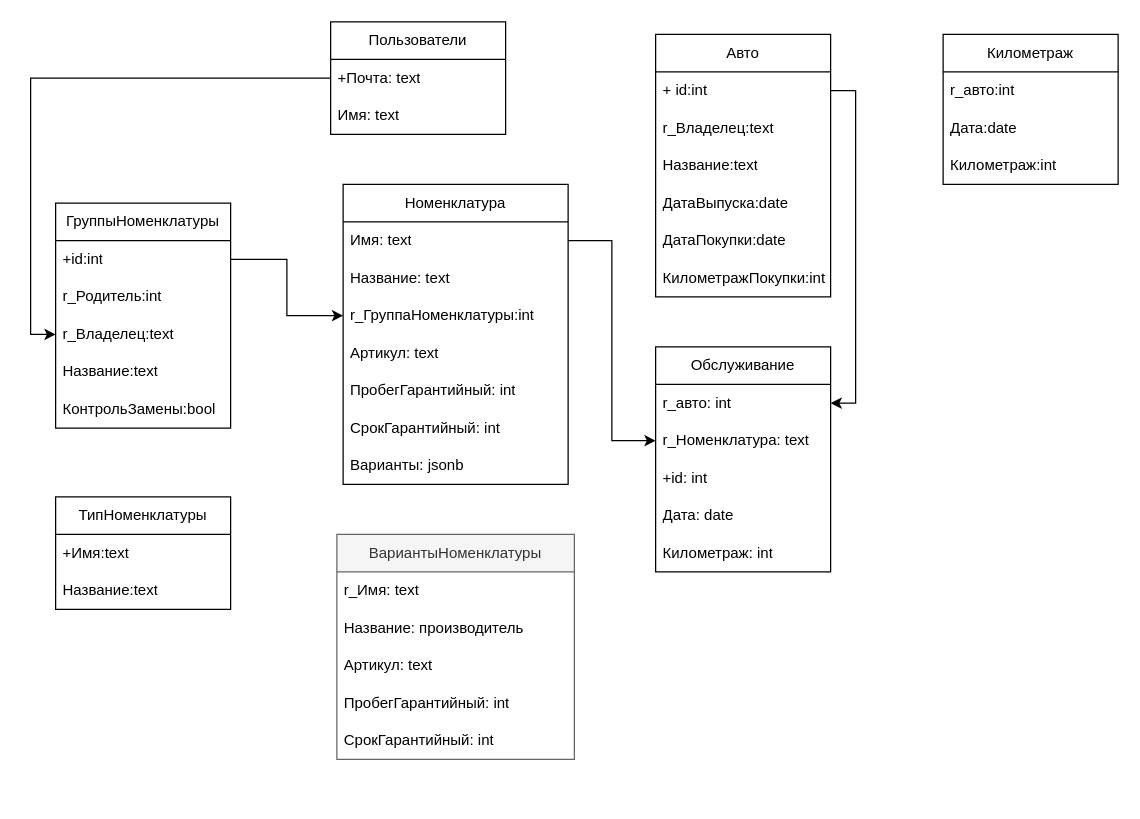
This is page "Вариант А" (2 of 2) of CarService.drawio from tkadm/-, a draw.io file, before an edit. Source tidied: cells renumbered, new cells numbered last; positions are measured from the earlier drawing's top-left corner, leaving out a move shared by most shapes. Both pictures are drawn from the tidied source at 125%, with x=0, y=0 at pixel (55, 21).
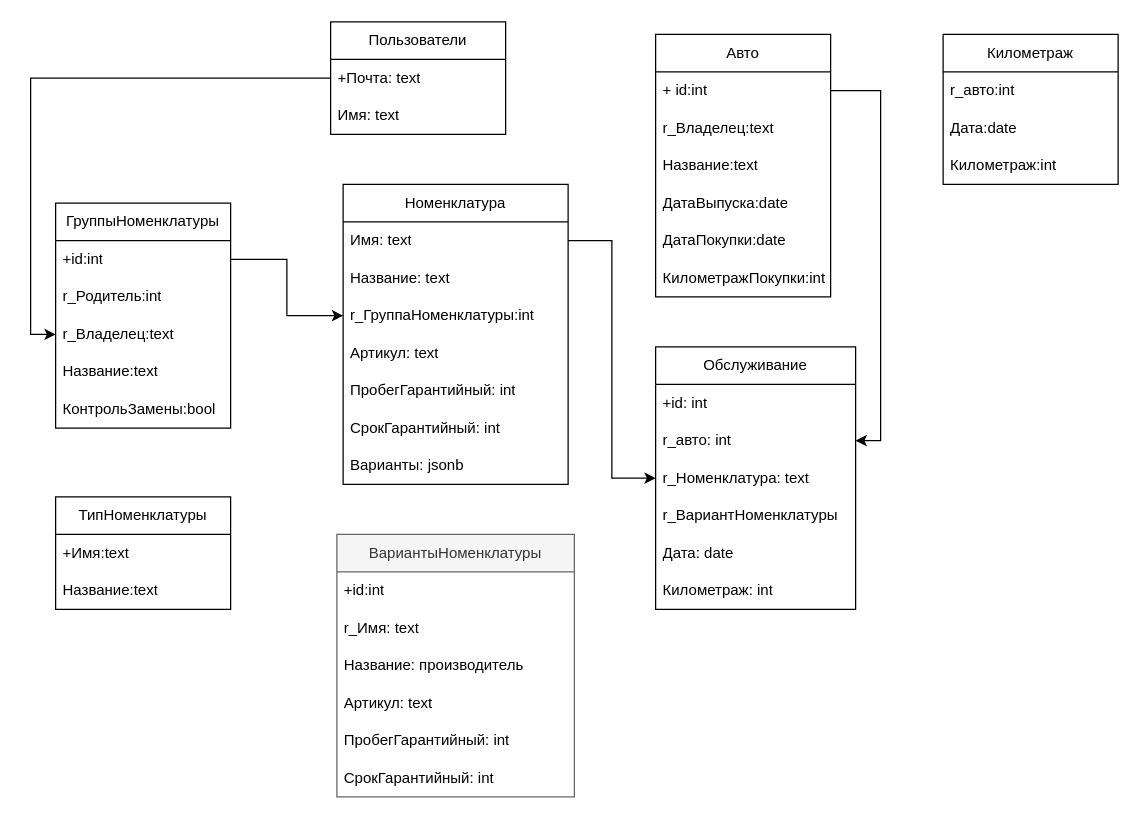
The same diagram, later.

The edit, as a diff of the source:
```diff
@@
     <mxCell id="33" value="Обслуживание" style="swimlane;fontStyle=0;horizontal=1;startSize=30;whiteSpace=wrap;html=1;" parent="1" vertex="1">
-      <mxGeometry x="480" y="260" width="140" height="180" as="geometry" />
+      <mxGeometry x="480" y="260" width="160" height="210" as="geometry" />
     </mxCell>
+    <mxCell id="36" value="+id: int" style="text;strokeColor=none;fillColor=none;align=left;verticalAlign=middle;spacingLeft=4;spacingRight=4;overflow=hidden;whiteSpace=wrap;html=1;" parent="33" vertex="1">
+      <mxGeometry y="30" width="160" height="30" as="geometry" />
+    </mxCell>
     <mxCell id="34" value="r_авто: int" style="text;strokeColor=none;fillColor=none;align=left;verticalAlign=middle;spacingLeft=4;spacingRight=4;overflow=hidden;points=[[0,0.5],[1,0.5]];portConstraint=eastwest;whiteSpace=wrap;html=1;" parent="33" vertex="1">
-      <mxGeometry y="30" width="140" height="30" as="geometry" />
+      <mxGeometry y="60" width="160" height="30" as="geometry" />
     </mxCell>
     <mxCell id="35" value="r_Номенклатура: text" style="text;strokeColor=none;fillColor=none;align=left;verticalAlign=middle;spacingLeft=4;spacingRight=4;overflow=hidden;points=[[0,0.5],[1,0.5]];portConstraint=eastwest;whiteSpace=wrap;html=1;" parent="33" vertex="1">
-      <mxGeometry y="60" width="140" height="30" as="geometry" />
+      <mxGeometry y="90" width="160" height="30" as="geometry" />
     </mxCell>
-    <mxCell id="36" value="+id: int" style="text;strokeColor=none;fillColor=none;align=left;verticalAlign=middle;spacingLeft=4;spacingRight=4;overflow=hidden;whiteSpace=wrap;html=1;" parent="33" vertex="1">
-      <mxGeometry y="90" width="140" height="30" as="geometry" />
-    </mxCell>
+    <mxCell id="49" value="r_ВариантНоменклатуры" style="text;strokeColor=none;fillColor=none;align=left;verticalAlign=middle;spacingLeft=4;spacingRight=4;overflow=hidden;whiteSpace=wrap;html=1;" parent="33" vertex="1">
+      <mxGeometry y="120" width="160" height="30" as="geometry" />
+    </mxCell>
     <mxCell id="37" value="Дата: date" style="text;strokeColor=none;fillColor=none;align=left;verticalAlign=middle;spacingLeft=4;spacingRight=4;overflow=hidden;whiteSpace=wrap;html=1;" parent="33" vertex="1">
-      <mxGeometry y="120" width="140" height="30" as="geometry" />
+      <mxGeometry y="150" width="160" height="30" as="geometry" />
     </mxCell>
     <mxCell id="38" value="Километраж: int" style="text;strokeColor=none;fillColor=none;align=left;verticalAlign=middle;spacingLeft=4;spacingRight=4;overflow=hidden;whiteSpace=wrap;html=1;" parent="33" vertex="1">
-      <mxGeometry y="150" width="140" height="30" as="geometry" />
+      <mxGeometry y="180" width="160" height="30" as="geometry" />
     </mxCell>
     <mxCell id="39" value="ВариантыНоменклатуры" style="swimlane;fontStyle=0;horizontal=1;startSize=30;whiteSpace=wrap;html=1;fillColor=#f5f5f5;fontColor=#333333;strokeColor=#666666;" parent="1" vertex="1">
-      <mxGeometry x="225" y="410" width="190" height="180" as="geometry" />
+      <mxGeometry x="225" y="410" width="190" height="210" as="geometry" />
     </mxCell>
+    <mxCell id="50" value="+id:int" style="text;strokeColor=none;fillColor=none;align=left;verticalAlign=middle;spacingLeft=4;spacingRight=4;overflow=hidden;whiteSpace=wrap;html=1;" parent="39" vertex="1">
+      <mxGeometry y="30" width="190" height="30" as="geometry" />
+    </mxCell>
     <mxCell id="40" value="r_Имя: text" style="text;strokeColor=none;fillColor=none;align=left;verticalAlign=middle;spacingLeft=4;spacingRight=4;overflow=hidden;whiteSpace=wrap;html=1;" parent="39" vertex="1">
-      <mxGeometry y="30" width="190" height="30" as="geometry" />
+      <mxGeometry y="60" width="190" height="30" as="geometry" />
     </mxCell>
     <mxCell id="41" value="Название: производитель" style="text;strokeColor=none;fillColor=none;align=left;verticalAlign=middle;spacingLeft=4;spacingRight=4;overflow=hidden;whiteSpace=wrap;html=1;" parent="39" vertex="1">
-      <mxGeometry y="60" width="190" height="30" as="geometry" />
+      <mxGeometry y="90" width="190" height="30" as="geometry" />
     </mxCell>
     <mxCell id="42" value="Артикул: text" style="text;strokeColor=none;fillColor=none;align=left;verticalAlign=middle;spacingLeft=4;spacingRight=4;overflow=hidden;whiteSpace=wrap;html=1;" parent="39" vertex="1">
-      <mxGeometry y="90" width="190" height="30" as="geometry" />
+      <mxGeometry y="120" width="190" height="30" as="geometry" />
     </mxCell>
     <mxCell id="43" value="ПробегГарантийный: int" style="text;strokeColor=none;fillColor=none;align=left;verticalAlign=middle;spacingLeft=4;spacingRight=4;overflow=hidden;whiteSpace=wrap;html=1;" parent="39" vertex="1">
-      <mxGeometry y="120" width="190" height="30" as="geometry" />
+      <mxGeometry y="150" width="190" height="30" as="geometry" />
     </mxCell>
     <mxCell id="44" value="СрокГарантийный: int" style="text;strokeColor=none;fillColor=none;align=left;verticalAlign=middle;spacingLeft=4;spacingRight=4;overflow=hidden;whiteSpace=wrap;html=1;" parent="39" vertex="1">
-      <mxGeometry y="150" width="190" height="30" as="geometry" />
+      <mxGeometry y="180" width="190" height="30" as="geometry" />
     </mxCell>
```
